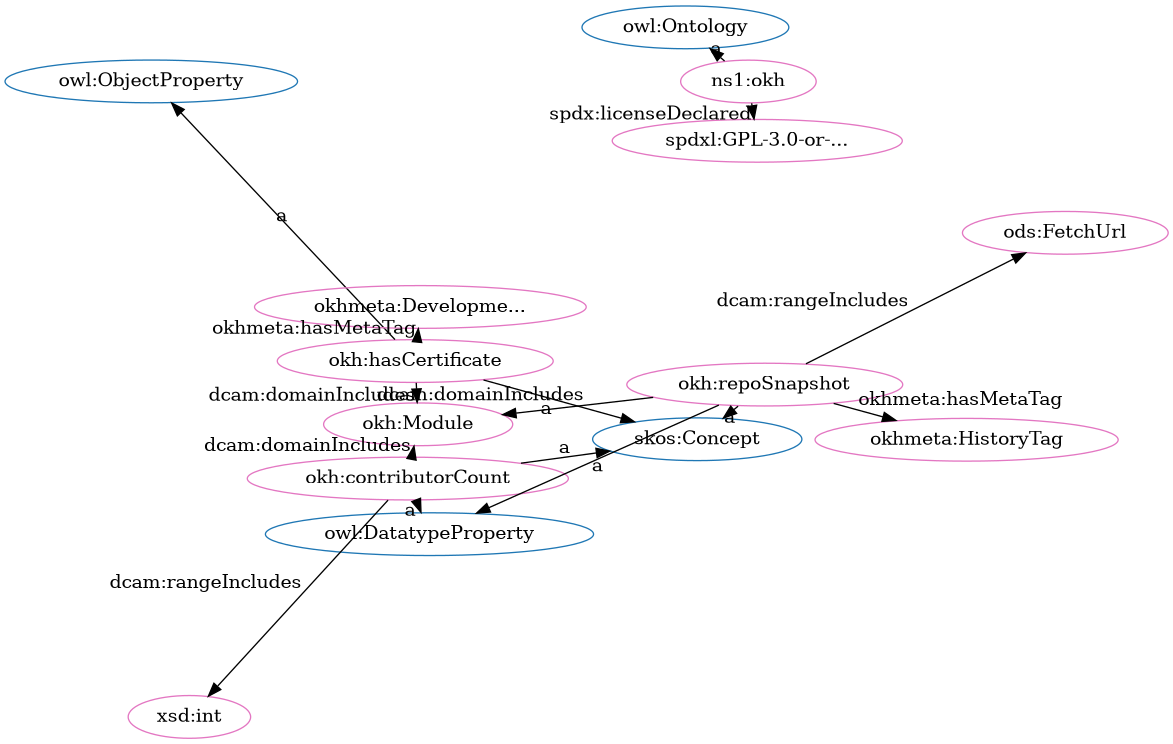
The Graphviz diagram src/spec/fdp_okh_proposed.png in iop-alliance/OpenKnowHow, before a commit. Its source is kept beside it as src/spec/fdp_okh_proposed.dot.
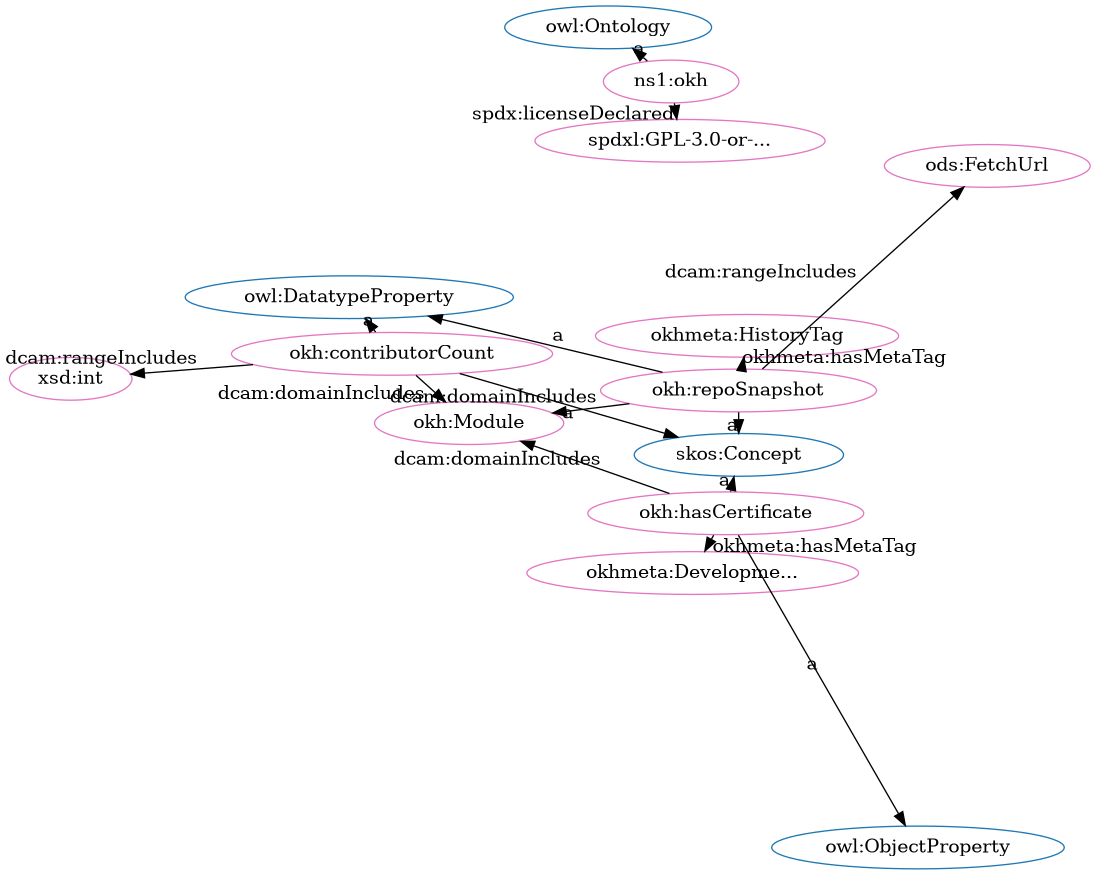
The same diagram one commit later.

What changed in the source:
```diff
@@ -1,33 +1,33 @@
 digraph G {
   rankdir=BT
   node[height=.3]
+"http://www.w3.org/2002/07/owl#DatatypeProperty" [fillcolor="#1f77b4" color="#1f77b4" label="owl:DatatypeProperty"]
+"http://www.w3.org/2002/07/owl#ObjectProperty" [fillcolor="#1f77b4" color="#1f77b4" label="owl:ObjectProperty"]
 "http://www.w3.org/2002/07/owl#Ontology" [fillcolor="#1f77b4" color="#1f77b4" label="owl:Ontology"]
-"http://www.w3.org/2002/07/owl#DatatypeProperty" [fillcolor="#1f77b4" color="#1f77b4" label="owl:DatatypeProperty"]
 "http://www.w3.org/2004/02/skos/core#Concept" [fillcolor="#1f77b4" color="#1f77b4" label="skos:Concept"]
-"http://www.w3.org/2002/07/owl#ObjectProperty" [fillcolor="#1f77b4" color="#1f77b4" label="owl:ObjectProperty"]
+"http://w3id.org/oseg/ont/okhmeta#HistoryTag" [fillcolor="#e377c2" color="#e377c2" label="okhmeta:HistoryTag"]
+"http://w3id.org/oseg/ont/okh" [fillcolor="#e377c2" color="#e377c2" label="ns1:okh"]
+"http://w3id.org/oseg/ont/okh#repoSnapshot" [fillcolor="#e377c2" color="#e377c2" label="okh:repoSnapshot"]
+"http://w3id.org/oseg/ont/okh#contributorCount" [fillcolor="#e377c2" color="#e377c2" label="okh:contributorCount"]
+"http://w3id.org/oseg/ont/okhmeta#DevelopmentTag" [fillcolor="#e377c2" color="#e377c2" label="okhmeta:Developme..."]
 "http://w3id.org/oseg/ont/okh#hasCertificate" [fillcolor="#e377c2" color="#e377c2" label="okh:hasCertificate"]
 "http://w3id.org/oseg/ont/okh#Module" [fillcolor="#e377c2" color="#e377c2" label="okh:Module"]
-"http://w3id.org/oseg/ont/okh#contributorCount" [fillcolor="#e377c2" color="#e377c2" label="okh:contributorCount"]
+"http://spdx.org/licenses/GPL-3.0-or-later" [fillcolor="#e377c2" color="#e377c2" label="spdxl:GPL-3.0-or-..."]
+"http://www.w3.org/2001/XMLSchema#int" [fillcolor="#e377c2" color="#e377c2" label="xsd:int"]
 "http://w3id.org/oseg/ont/ods#FetchUrl" [fillcolor="#e377c2" color="#e377c2" label="ods:FetchUrl"]
-"http://w3id.org/oseg/ont/okh" [fillcolor="#e377c2" color="#e377c2" label="ns1:okh"]
-"http://w3id.org/oseg/ont/okh#repoSnapshot" [fillcolor="#e377c2" color="#e377c2" label="okh:repoSnapshot"]
-"http://www.w3.org/2001/XMLSchema#int" [fillcolor="#e377c2" color="#e377c2" label="xsd:int"]
-"http://w3id.org/oseg/ont/okhmeta#DevelopmentTag" [fillcolor="#e377c2" color="#e377c2" label="okhmeta:Developme..."]
-"http://spdx.org/licenses/GPL-3.0-or-later" [fillcolor="#e377c2" color="#e377c2" label="spdxl:GPL-3.0-or-..."]
-"http://w3id.org/oseg/ont/okhmeta#HistoryTag" [fillcolor="#e377c2" color="#e377c2" label="okhmeta:HistoryTag"]
+  "http://w3id.org/oseg/ont/okh#repoSnapshot" -> "http://w3id.org/oseg/ont/okhmeta#HistoryTag" [label="okhmeta:hasMetaTag"]
+  "http://w3id.org/oseg/ont/okh#repoSnapshot" -> "http://www.w3.org/2002/07/owl#DatatypeProperty" [label="a"]
+  "http://w3id.org/oseg/ont/okh#hasCertificate" -> "http://www.w3.org/2002/07/owl#ObjectProperty" [label="a"]
+  "http://w3id.org/oseg/ont/okh#hasCertificate" -> "http://w3id.org/oseg/ont/okhmeta#DevelopmentTag" [label="okhmeta:hasMetaTag"]
+  "http://w3id.org/oseg/ont/okh#hasCertificate" -> "http://www.w3.org/2004/02/skos/core#Concept" [label="a"]
   "http://w3id.org/oseg/ont/okh#contributorCount" -> "http://w3id.org/oseg/ont/okh#Module" [label="dcam:domainIncludes"]
-  "http://w3id.org/oseg/ont/okh#hasCertificate" -> "http://www.w3.org/2002/07/owl#ObjectProperty" [label="a"]
+  "http://w3id.org/oseg/ont/okh#repoSnapshot" -> "http://www.w3.org/2004/02/skos/core#Concept" [label="a"]
+  "http://w3id.org/oseg/ont/okh#contributorCount" -> "http://www.w3.org/2002/07/owl#DatatypeProperty" [label="a"]
+  "http://w3id.org/oseg/ont/okh#contributorCount" -> "http://www.w3.org/2001/XMLSchema#int" [label="dcam:rangeIncludes"]
+  "http://w3id.org/oseg/ont/okh" -> "http://www.w3.org/2002/07/owl#Ontology" [label="a"]
+  "http://w3id.org/oseg/ont/okh#contributorCount" -> "http://www.w3.org/2004/02/skos/core#Concept" [label="a"]
+  "http://w3id.org/oseg/ont/okh#hasCertificate" -> "http://w3id.org/oseg/ont/okh#Module" [label="dcam:domainIncludes"]
+  "http://w3id.org/oseg/ont/okh" -> "http://spdx.org/licenses/GPL-3.0-or-later" [label="spdx:licenseDeclared"]
   "http://w3id.org/oseg/ont/okh#repoSnapshot" -> "http://w3id.org/oseg/ont/okh#Module" [label="dcam:domainIncludes"]
-  "http://w3id.org/oseg/ont/okh#hasCertificate" -> "http://www.w3.org/2004/02/skos/core#Concept" [label="a"]
-  "http://w3id.org/oseg/ont/okh" -> "http://www.w3.org/2002/07/owl#Ontology" [label="a"]
-  "http://w3id.org/oseg/ont/okh#contributorCount" -> "http://www.w3.org/2001/XMLSchema#int" [label="dcam:rangeIncludes"]
-  "http://w3id.org/oseg/ont/okh#hasCertificate" -> "http://w3id.org/oseg/ont/okhmeta#DevelopmentTag" [label="okhmeta:hasMetaTag"]
-  "http://w3id.org/oseg/ont/okh" -> "http://spdx.org/licenses/GPL-3.0-or-later" [label="spdx:licenseDeclared"]
-  "http://w3id.org/oseg/ont/okh#hasCertificate" -> "http://w3id.org/oseg/ont/okh#Module" [label="dcam:domainIncludes"]
-  "http://w3id.org/oseg/ont/okh#contributorCount" -> "http://www.w3.org/2002/07/owl#DatatypeProperty" [label="a"]
   "http://w3id.org/oseg/ont/okh#repoSnapshot" -> "http://w3id.org/oseg/ont/ods#FetchUrl" [label="dcam:rangeIncludes"]
-  "http://w3id.org/oseg/ont/okh#repoSnapshot" -> "http://www.w3.org/2002/07/owl#DatatypeProperty" [label="a"]
-  "http://w3id.org/oseg/ont/okh#contributorCount" -> "http://www.w3.org/2004/02/skos/core#Concept" [label="a"]
-  "http://w3id.org/oseg/ont/okh#repoSnapshot" -> "http://www.w3.org/2004/02/skos/core#Concept" [label="a"]
-  "http://w3id.org/oseg/ont/okh#repoSnapshot" -> "http://w3id.org/oseg/ont/okhmeta#HistoryTag" [label="okhmeta:hasMetaTag"]
 }
```
